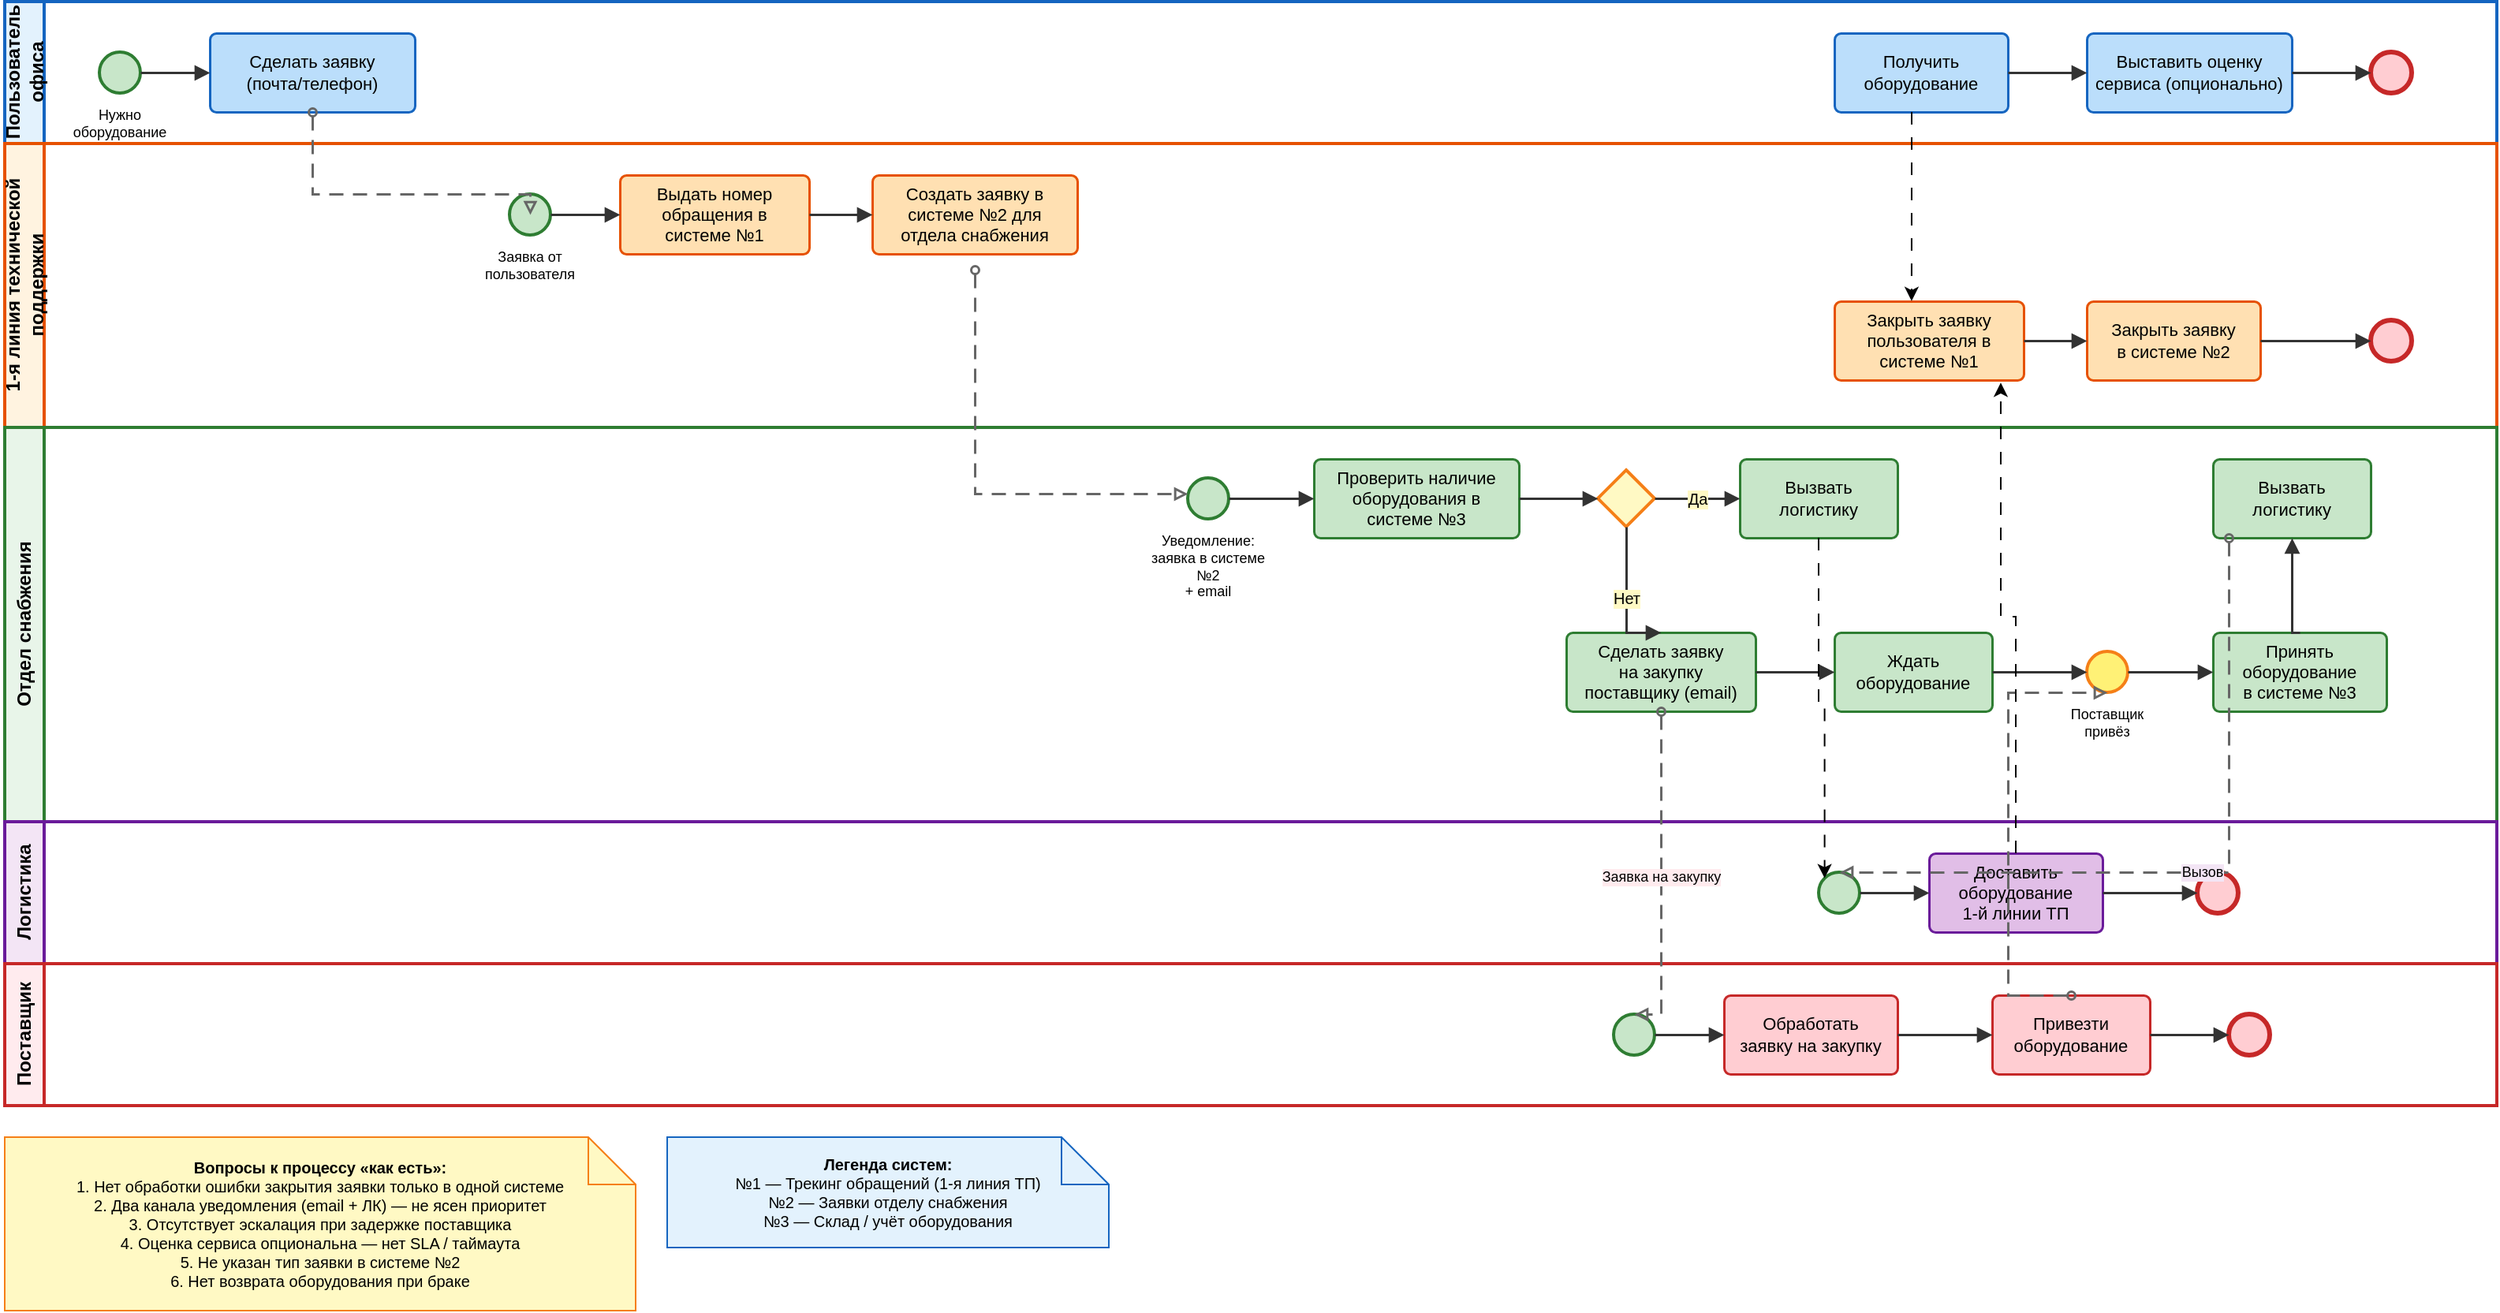
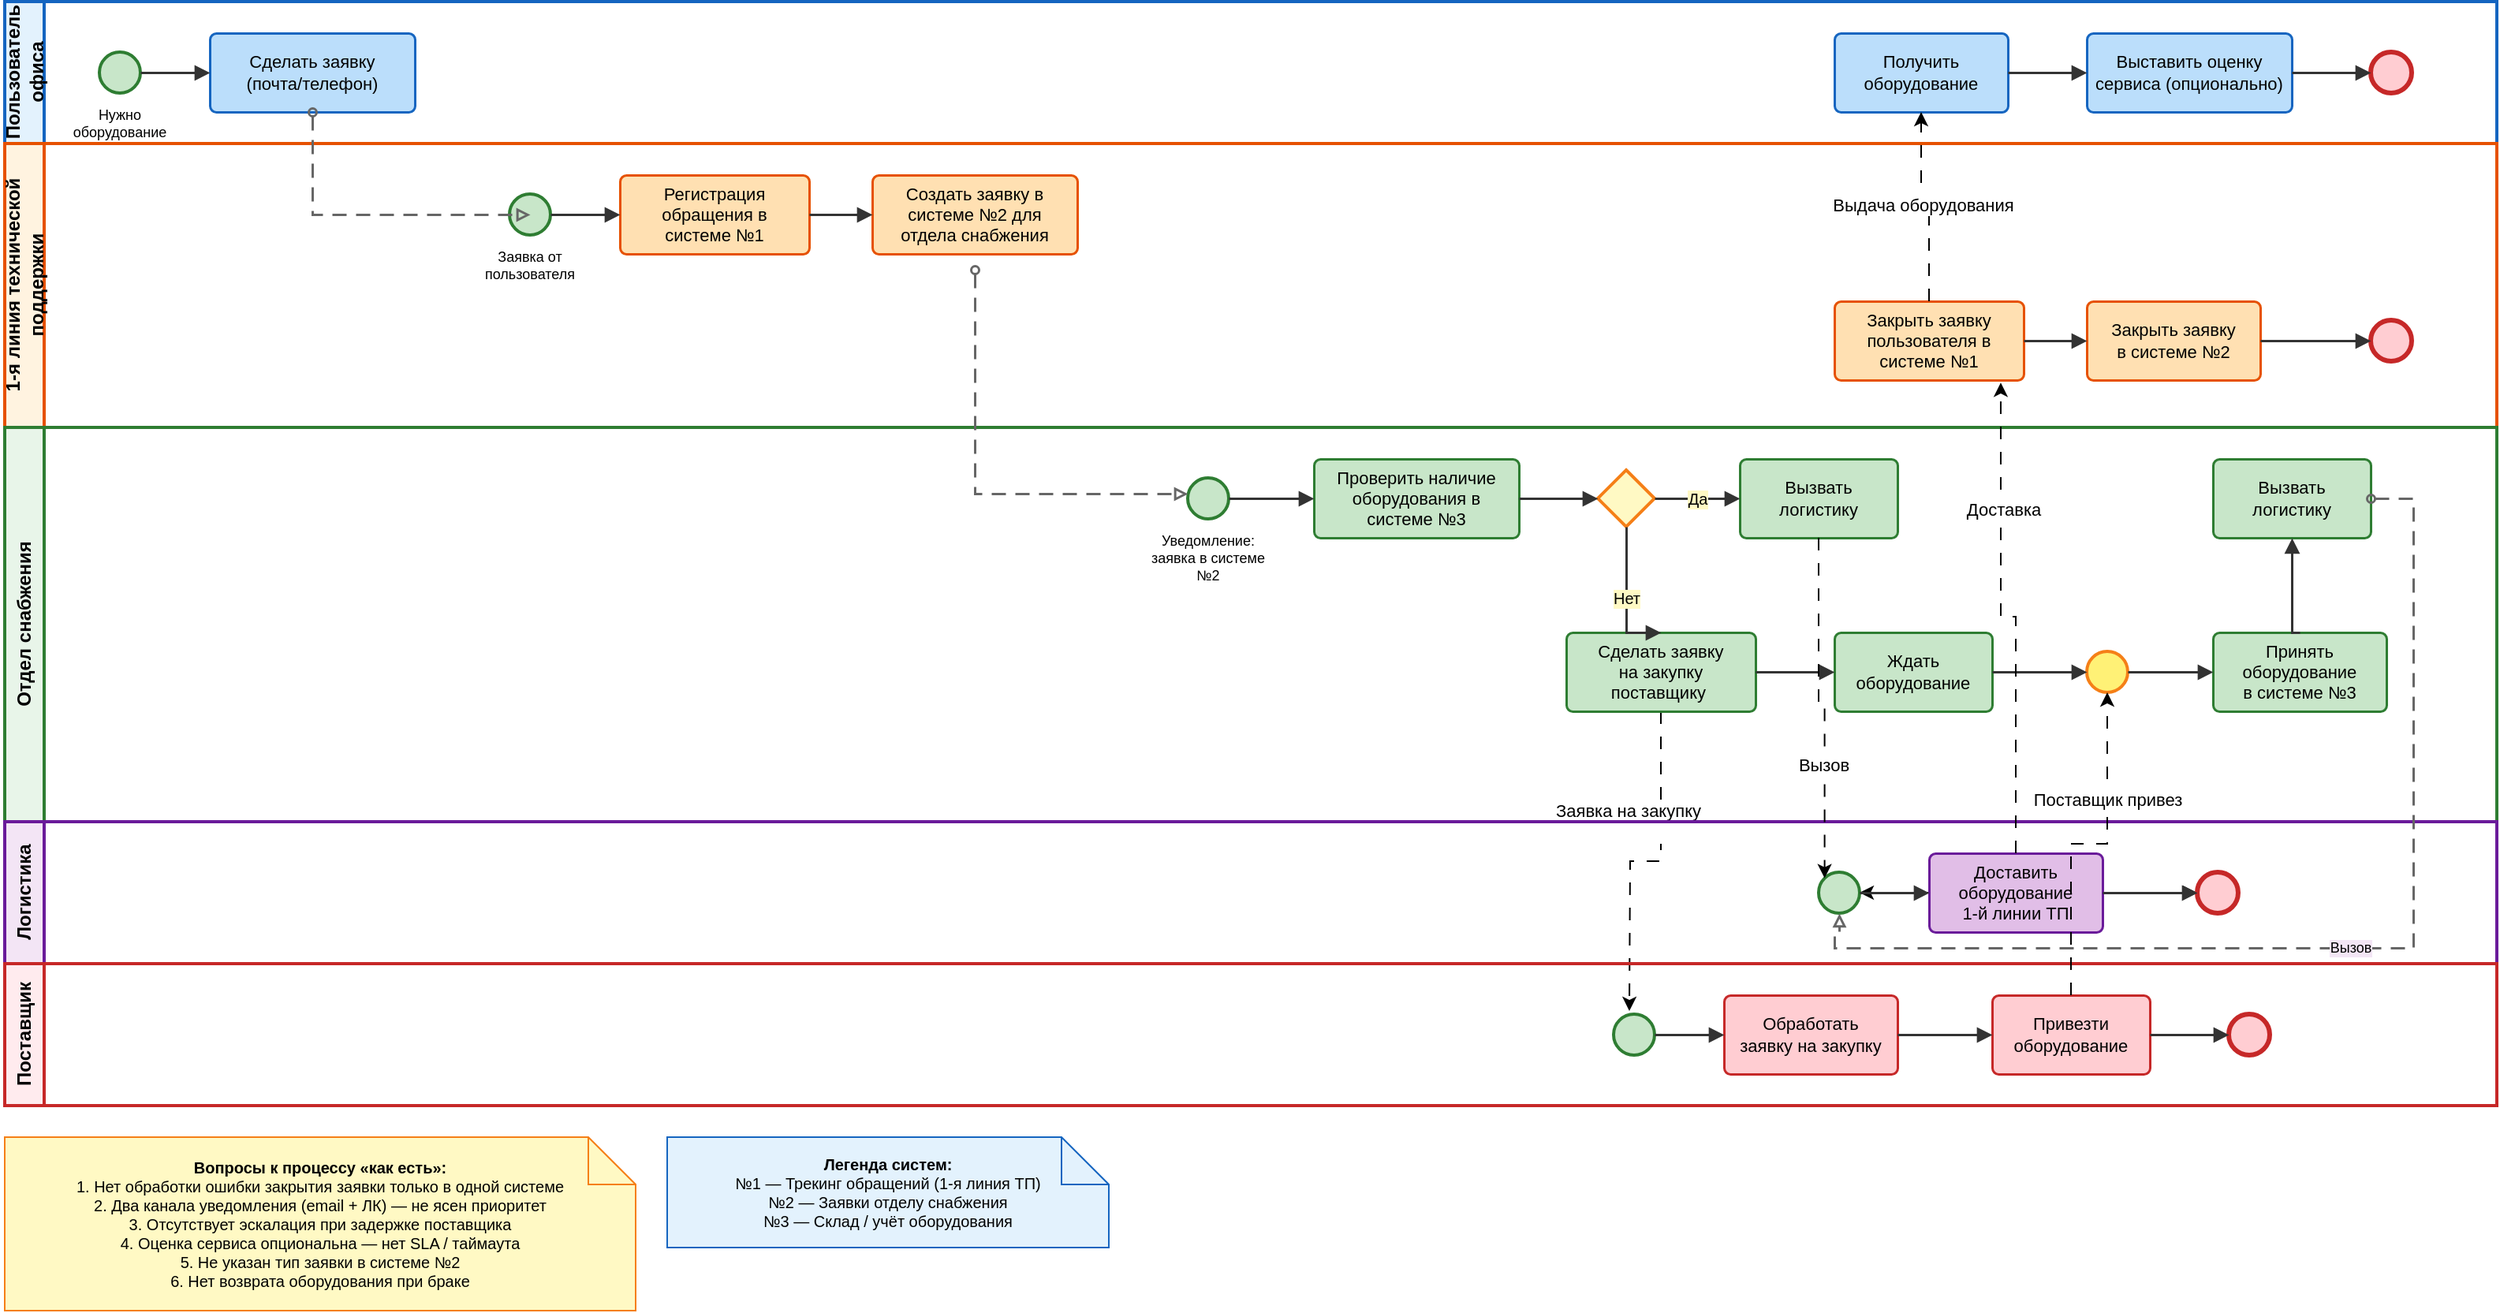
<mxfile host="app.diagrams.net" agent="Kimi">
  <diagram name="BPMN IT Equipment" id="it-equipment-bpmn">
    <mxGraphModel dx="2308" dy="875" grid="1" gridSize="10" guides="1" tooltips="1" connect="1" arrows="1" fold="1" page="1" pageScale="1" pageWidth="1700" pageHeight="1100" math="0" shadow="0">
      <root>
        <mxCell id="0" />
        <mxCell id="1" parent="0" />
        <mxCell id="pool-user" parent="1" style="swimlane;horizontal=0;startSize=25;swimlaneLine=1;collapsible=0;fontStyle=1;fillColor=#E3F2FD;strokeColor=#1565C0;strokeWidth=2;fontSize=12;whiteSpace=wrap;" value="Пользователь офиса" vertex="1">
          <mxGeometry height="90" width="1580" x="40" y="40" as="geometry" />
        </mxCell>
        <mxCell id="start-user" parent="pool-user" style="ellipse;whiteSpace=wrap;html=1;aspect=fixed;fillColor=#C8E6C9;strokeColor=#2E7D32;strokeWidth=2;" value="" vertex="1">
          <mxGeometry height="26" width="26" x="60" y="32" as="geometry" />
        </mxCell>
        <mxCell id="lbl-start-user" parent="pool-user" style="text;html=1;strokeColor=none;fillColor=none;align=center;verticalAlign=top;whiteSpace=wrap;rounded=0;fontSize=9;" value="Нужно&#xa;оборудование" vertex="1">
          <mxGeometry height="28" width="60" x="43" y="60" as="geometry" />
        </mxCell>
        <mxCell id="task-req" parent="pool-user" style="rounded=1;whiteSpace=wrap;html=1;arcSize=8;fillColor=#BBDEFB;strokeColor=#1565C0;strokeWidth=1.5;fontSize=11;" value="Сделать заявку&#xa;(почта/телефон)" vertex="1">
          <mxGeometry height="50" width="130" x="130" y="20" as="geometry" />
        </mxCell>
        <mxCell id="task-receive" parent="pool-user" style="rounded=1;whiteSpace=wrap;html=1;arcSize=8;fillColor=#BBDEFB;strokeColor=#1565C0;strokeWidth=1.5;fontSize=11;" value="Получить&#xa;оборудование" vertex="1">
          <mxGeometry height="50" width="110" x="1160" y="20" as="geometry" />
        </mxCell>
        <mxCell id="task-rate" parent="pool-user" style="rounded=1;whiteSpace=wrap;html=1;arcSize=8;fillColor=#BBDEFB;strokeColor=#1565C0;strokeWidth=1.5;fontSize=11;" value="Выставить оценку&#xa;сервиса (опционально)" vertex="1">
          <mxGeometry height="50" width="130" x="1320" y="20" as="geometry" />
        </mxCell>
        <mxCell id="end-user" parent="pool-user" style="ellipse;whiteSpace=wrap;html=1;aspect=fixed;fillColor=#FFCDD2;strokeColor=#C62828;strokeWidth=3;" value="" vertex="1">
          <mxGeometry height="26" width="26" x="1500" y="32" as="geometry" />
        </mxCell>
        <mxCell id="sf1" edge="1" parent="pool-user" source="start-user" style="edgeStyle=orthogonalEdgeStyle;rounded=0;orthogonalLoop=1;jettySize=auto;html=1;exitX=1;exitY=0.5;exitDx=0;exitDy=0;entryX=0;entryY=0.5;entryDx=0;entryDy=0;strokeColor=#333333;strokeWidth=1.5;endArrow=block;endFill=1;" target="task-req" value="">
          <mxGeometry relative="1" as="geometry" />
        </mxCell>
        <mxCell id="sf2" edge="1" parent="pool-user" source="task-receive" style="edgeStyle=orthogonalEdgeStyle;rounded=0;orthogonalLoop=1;jettySize=auto;html=1;exitX=1;exitY=0.5;exitDx=0;exitDy=0;entryX=0;entryY=0.5;entryDx=0;entryDy=0;strokeColor=#333333;strokeWidth=1.5;endArrow=block;endFill=1;" target="task-rate" value="">
          <mxGeometry relative="1" as="geometry" />
        </mxCell>
        <mxCell id="sf3" edge="1" parent="pool-user" source="task-rate" style="edgeStyle=orthogonalEdgeStyle;rounded=0;orthogonalLoop=1;jettySize=auto;html=1;exitX=1;exitY=0.5;exitDx=0;exitDy=0;entryX=0;entryY=0.5;entryDx=0;entryDy=0;strokeColor=#333333;strokeWidth=1.5;endArrow=block;endFill=1;" target="end-user" value="">
          <mxGeometry relative="1" as="geometry" />
        </mxCell>
        <mxCell id="pool-l1" parent="1" style="swimlane;horizontal=0;startSize=25;swimlaneLine=1;collapsible=0;fontStyle=1;fillColor=#FFF3E0;strokeColor=#E65100;strokeWidth=2;fontSize=12;whiteSpace=wrap;" value="1-я линия технической поддержки" vertex="1">
          <mxGeometry height="180" width="1580" x="40" y="130" as="geometry" />
        </mxCell>
        <mxCell id="start-l1" parent="pool-l1" style="ellipse;whiteSpace=wrap;html=1;aspect=fixed;fillColor=#C8E6C9;strokeColor=#2E7D32;strokeWidth=2;" value="" vertex="1">
          <mxGeometry height="26" width="26" x="320" y="32" as="geometry" />
        </mxCell>
        <mxCell id="lbl-start-l1" parent="pool-l1" style="text;html=1;strokeColor=none;fillColor=none;align=center;verticalAlign=top;whiteSpace=wrap;rounded=0;fontSize=9;" value="Заявка от&#xa;пользователя" vertex="1">
          <mxGeometry height="28" width="60" x="303" y="60" as="geometry" />
        </mxCell>
-         <mxCell id="task-ticket1" parent="pool-l1" style="rounded=1;whiteSpace=wrap;html=1;arcSize=8;fillColor=#FFE0B2;strokeColor=#E65100;strokeWidth=1.5;fontSize=11;" value="Выдать номер&#xa;обращения в&#xa;системе №1" vertex="1">
+         <mxCell id="task-ticket1" parent="pool-l1" style="rounded=1;whiteSpace=wrap;html=1;arcSize=8;fillColor=#FFE0B2;strokeColor=#E65100;strokeWidth=1.5;fontSize=11;" value="Регистрация&lt;br&gt;обращения в&lt;br&gt;системе №1" vertex="1">
          <mxGeometry height="50" width="120" x="390" y="20" as="geometry" />
        </mxCell>
        <mxCell id="task-create-req" parent="pool-l1" style="rounded=1;whiteSpace=wrap;html=1;arcSize=8;fillColor=#FFE0B2;strokeColor=#E65100;strokeWidth=1.5;fontSize=11;" value="Создать заявку в&#xa;системе №2 для&#xa;отдела снабжения" vertex="1">
          <mxGeometry height="50" width="130" x="550" y="20" as="geometry" />
        </mxCell>
        <mxCell id="task-close1" parent="pool-l1" style="rounded=1;whiteSpace=wrap;html=1;arcSize=8;fillColor=#FFE0B2;strokeColor=#E65100;strokeWidth=1.5;fontSize=11;" value="Закрыть заявку&#xa;пользователя в&#xa;системе №1" vertex="1">
          <mxGeometry height="50" width="120" x="1160" y="100" as="geometry" />
        </mxCell>
        <mxCell id="task-close2" parent="pool-l1" style="rounded=1;whiteSpace=wrap;html=1;arcSize=8;fillColor=#FFE0B2;strokeColor=#E65100;strokeWidth=1.5;fontSize=11;" value="Закрыть заявку&#xa;в системе №2" vertex="1">
          <mxGeometry height="50" width="110" x="1320" y="100" as="geometry" />
        </mxCell>
        <mxCell id="end-l1" parent="pool-l1" style="ellipse;whiteSpace=wrap;html=1;aspect=fixed;fillColor=#FFCDD2;strokeColor=#C62828;strokeWidth=3;" value="" vertex="1">
          <mxGeometry height="26" width="26" x="1500" y="112" as="geometry" />
        </mxCell>
        <mxCell id="sf4" edge="1" parent="pool-l1" source="start-l1" style="edgeStyle=orthogonalEdgeStyle;rounded=0;orthogonalLoop=1;jettySize=auto;html=1;exitX=1;exitY=0.5;exitDx=0;exitDy=0;entryX=0;entryY=0.5;entryDx=0;entryDy=0;strokeColor=#333333;strokeWidth=1.5;endArrow=block;endFill=1;" target="task-ticket1" value="">
          <mxGeometry relative="1" as="geometry" />
        </mxCell>
        <mxCell id="sf5" edge="1" parent="pool-l1" source="task-ticket1" style="edgeStyle=orthogonalEdgeStyle;rounded=0;orthogonalLoop=1;jettySize=auto;html=1;exitX=1;exitY=0.5;exitDx=0;exitDy=0;entryX=0;entryY=0.5;entryDx=0;entryDy=0;strokeColor=#333333;strokeWidth=1.5;endArrow=block;endFill=1;" target="task-create-req" value="">
          <mxGeometry relative="1" as="geometry" />
        </mxCell>
        <mxCell id="sf6" edge="1" parent="pool-l1" source="task-close1" style="edgeStyle=orthogonalEdgeStyle;rounded=0;orthogonalLoop=1;jettySize=auto;html=1;exitX=1;exitY=0.5;exitDx=0;exitDy=0;entryX=0;entryY=0.5;entryDx=0;entryDy=0;strokeColor=#333333;strokeWidth=1.5;endArrow=block;endFill=1;" target="task-close2" value="">
          <mxGeometry relative="1" as="geometry" />
        </mxCell>
        <mxCell id="sf7" edge="1" parent="pool-l1" source="task-close2" style="edgeStyle=orthogonalEdgeStyle;rounded=0;orthogonalLoop=1;jettySize=auto;html=1;exitX=1;exitY=0.5;exitDx=0;exitDy=0;entryX=0;entryY=0.5;entryDx=0;entryDy=0;strokeColor=#333333;strokeWidth=1.5;endArrow=block;endFill=1;" target="end-l1" value="">
          <mxGeometry relative="1" as="geometry" />
        </mxCell>
        <mxCell id="pool-supply" parent="1" style="swimlane;horizontal=0;startSize=25;swimlaneLine=1;collapsible=0;fontStyle=1;fillColor=#E8F5E9;strokeColor=#2E7D32;strokeWidth=2;fontSize=12;whiteSpace=wrap;" value="Отдел снабжения" vertex="1">
          <mxGeometry height="250" width="1580" x="40" y="310" as="geometry" />
        </mxCell>
        <mxCell id="start-supply" parent="pool-supply" style="ellipse;whiteSpace=wrap;html=1;aspect=fixed;fillColor=#C8E6C9;strokeColor=#2E7D32;strokeWidth=2;" value="" vertex="1">
          <mxGeometry height="26" width="26" x="750" y="32" as="geometry" />
        </mxCell>
-         <mxCell id="lbl-start-supply" parent="pool-supply" style="text;html=1;strokeColor=none;fillColor=none;align=center;verticalAlign=top;whiteSpace=wrap;rounded=0;fontSize=9;" value="Уведомление:&#xa;заявка в системе №2&#xa;+ email" vertex="1">
+         <mxCell id="lbl-start-supply" parent="pool-supply" style="text;html=1;strokeColor=none;fillColor=none;align=center;verticalAlign=top;whiteSpace=wrap;rounded=0;fontSize=9;" value="Уведомление:&lt;br&gt;заявка в системе №2&lt;div&gt;&lt;br/&gt;&lt;/div&gt;" vertex="1">
          <mxGeometry height="36" width="86" x="720" y="60" as="geometry" />
        </mxCell>
        <mxCell id="task-check" parent="pool-supply" style="rounded=1;whiteSpace=wrap;html=1;arcSize=8;fillColor=#C8E6C9;strokeColor=#2E7D32;strokeWidth=1.5;fontSize=11;" value="Проверить наличие&#xa;оборудования в&#xa;системе №3" vertex="1">
          <mxGeometry height="50" width="130" x="830" y="20" as="geometry" />
        </mxCell>
        <mxCell id="gateway-check" parent="pool-supply" style="rhombus;whiteSpace=wrap;html=1;fillColor=#FFF9C4;strokeColor=#F57F17;strokeWidth=2;" value="" vertex="1">
          <mxGeometry height="36" width="36" x="1010" y="27" as="geometry" />
        </mxCell>
        <mxCell id="task-call-log-yes" parent="pool-supply" style="rounded=1;whiteSpace=wrap;html=1;arcSize=8;fillColor=#C8E6C9;strokeColor=#2E7D32;strokeWidth=1.5;fontSize=11;" value="Вызвать&#xa;логистику" vertex="1">
          <mxGeometry height="50" width="100" x="1100" y="20" as="geometry" />
        </mxCell>
-         <mxCell id="task-order" parent="pool-supply" style="rounded=1;whiteSpace=wrap;html=1;arcSize=8;fillColor=#C8E6C9;strokeColor=#2E7D32;strokeWidth=1.5;fontSize=11;" value="Сделать заявку&#xa;на закупку&#xa;поставщику (email)" vertex="1">
+         <mxCell id="XbenKFMrG471u0wiNJ-_-17" edge="1" parent="pool-supply" source="task-order" style="edgeStyle=orthogonalEdgeStyle;rounded=0;orthogonalLoop=1;jettySize=auto;html=1;dashed=1;dashPattern=8 8;">
+           <mxGeometry relative="1" as="geometry">
+             <mxPoint x="1030.0000000000005" y="370" as="targetPoint" />
+           </mxGeometry>
+         </mxCell>
+         <mxCell id="XbenKFMrG471u0wiNJ-_-18" connectable="0" parent="XbenKFMrG471u0wiNJ-_-17" style="edgeLabel;html=1;align=center;verticalAlign=middle;resizable=0;points=[];" value="Заявка на закупку&lt;div&gt;&lt;br&gt;&lt;/div&gt;" vertex="1">
+           <mxGeometry relative="1" x="-0.0059" y="-4" as="geometry">
+             <mxPoint x="-12" y="-21" as="offset" />
+           </mxGeometry>
+         </mxCell>
+         <mxCell id="task-order" parent="pool-supply" style="rounded=1;whiteSpace=wrap;html=1;arcSize=8;fillColor=#C8E6C9;strokeColor=#2E7D32;strokeWidth=1.5;fontSize=11;" value="Сделать заявку&lt;br&gt;на закупку&lt;br&gt;поставщику&amp;nbsp;" vertex="1">
          <mxGeometry height="50" width="120" x="990" y="130" as="geometry" />
        </mxCell>
        <mxCell id="task-wait" parent="pool-supply" style="rounded=1;whiteSpace=wrap;html=1;arcSize=8;fillColor=#C8E6C9;strokeColor=#2E7D32;strokeWidth=1.5;fontSize=11;" value="Ждать&#xa;оборудование" vertex="1">
          <mxGeometry height="50" width="100" x="1160" y="130" as="geometry" />
        </mxCell>
        <mxCell id="event-receive" parent="pool-supply" style="ellipse;whiteSpace=wrap;html=1;aspect=fixed;fillColor=#FFF176;strokeColor=#F57F17;strokeWidth=2;" value="" vertex="1">
          <mxGeometry height="26" width="26" x="1320" y="142" as="geometry" />
        </mxCell>
-         <mxCell id="lbl-receive" parent="pool-supply" style="text;html=1;strokeColor=none;fillColor=none;align=center;verticalAlign=top;whiteSpace=wrap;rounded=0;fontSize=9;" value="Поставщик&#xa;привёз" vertex="1">
-           <mxGeometry height="24" width="60" x="1303" y="170" as="geometry" />
-         </mxCell>
        <mxCell id="task-accept" parent="pool-supply" style="rounded=1;whiteSpace=wrap;html=1;arcSize=8;fillColor=#C8E6C9;strokeColor=#2E7D32;strokeWidth=1.5;fontSize=11;" value="Принять&#xa;оборудование&#xa;в системе №3" vertex="1">
          <mxGeometry height="50" width="110" x="1400" y="130" as="geometry" />
        </mxCell>
        <mxCell id="task-call-log-no" parent="pool-supply" style="rounded=1;whiteSpace=wrap;html=1;arcSize=8;fillColor=#C8E6C9;strokeColor=#2E7D32;strokeWidth=1.5;fontSize=11;" value="Вызвать&#xa;логистику" vertex="1">
          <mxGeometry height="50" width="100" x="1400" y="20" as="geometry" />
        </mxCell>
        <mxCell id="sf8" edge="1" parent="pool-supply" source="start-supply" style="edgeStyle=orthogonalEdgeStyle;rounded=0;orthogonalLoop=1;jettySize=auto;html=1;exitX=1;exitY=0.5;exitDx=0;exitDy=0;entryX=0;entryY=0.5;entryDx=0;entryDy=0;strokeColor=#333333;strokeWidth=1.5;endArrow=block;endFill=1;" target="task-check" value="">
          <mxGeometry relative="1" as="geometry" />
        </mxCell>
        <mxCell id="sf9" edge="1" parent="pool-supply" source="task-check" style="edgeStyle=orthogonalEdgeStyle;rounded=0;orthogonalLoop=1;jettySize=auto;html=1;exitX=1;exitY=0.5;exitDx=0;exitDy=0;entryX=0;entryY=0.5;entryDx=0;entryDy=0;strokeColor=#333333;strokeWidth=1.5;endArrow=block;endFill=1;" target="gateway-check" value="">
          <mxGeometry relative="1" as="geometry" />
        </mxCell>
        <mxCell id="sf10" edge="1" parent="pool-supply" source="gateway-check" style="edgeStyle=orthogonalEdgeStyle;rounded=0;orthogonalLoop=1;jettySize=auto;html=1;exitX=1;exitY=0.5;exitDx=0;exitDy=0;entryX=0;entryY=0.5;entryDx=0;entryDy=0;strokeColor=#333333;strokeWidth=1.5;endArrow=block;endFill=1;labelBackgroundColor=#FFF9C4;fontSize=10;" target="task-call-log-yes" value="Да">
          <mxGeometry relative="1" as="geometry" />
        </mxCell>
        <mxCell id="sf11" edge="1" parent="pool-supply" source="gateway-check" style="edgeStyle=orthogonalEdgeStyle;rounded=0;orthogonalLoop=1;jettySize=auto;html=1;exitX=0.5;exitY=1;exitDx=0;exitDy=0;entryX=0.5;entryY=0;entryDx=0;entryDy=0;strokeColor=#333333;strokeWidth=1.5;endArrow=block;endFill=1;labelBackgroundColor=#FFF9C4;fontSize=10;" target="task-order" value="Нет">
          <mxGeometry relative="1" as="geometry">
            <Array as="points">
              <mxPoint x="1028" y="130" />
            </Array>
          </mxGeometry>
        </mxCell>
        <mxCell id="sf12" edge="1" parent="pool-supply" source="task-order" style="edgeStyle=orthogonalEdgeStyle;rounded=0;orthogonalLoop=1;jettySize=auto;html=1;exitX=1;exitY=0.5;exitDx=0;exitDy=0;entryX=0;entryY=0.5;entryDx=0;entryDy=0;strokeColor=#333333;strokeWidth=1.5;endArrow=block;endFill=1;" target="task-wait" value="">
          <mxGeometry relative="1" as="geometry" />
        </mxCell>
        <mxCell id="sf13" edge="1" parent="pool-supply" source="task-wait" style="edgeStyle=orthogonalEdgeStyle;rounded=0;orthogonalLoop=1;jettySize=auto;html=1;exitX=1;exitY=0.5;exitDx=0;exitDy=0;entryX=0;entryY=0.5;entryDx=0;entryDy=0;strokeColor=#333333;strokeWidth=1.5;endArrow=block;endFill=1;" target="event-receive" value="">
          <mxGeometry relative="1" as="geometry" />
        </mxCell>
        <mxCell id="sf14" edge="1" parent="pool-supply" source="event-receive" style="edgeStyle=orthogonalEdgeStyle;rounded=0;orthogonalLoop=1;jettySize=auto;html=1;exitX=1;exitY=0.5;exitDx=0;exitDy=0;entryX=0;entryY=0.5;entryDx=0;entryDy=0;strokeColor=#333333;strokeWidth=1.5;endArrow=block;endFill=1;" target="task-accept" value="">
          <mxGeometry relative="1" as="geometry" />
        </mxCell>
        <mxCell id="sf15" edge="1" parent="pool-supply" source="task-accept" style="edgeStyle=orthogonalEdgeStyle;rounded=0;orthogonalLoop=1;jettySize=auto;html=1;exitX=0.5;exitY=0;exitDx=0;exitDy=0;entryX=0.5;entryY=1;entryDx=0;entryDy=0;strokeColor=#333333;strokeWidth=1.5;endArrow=block;endFill=1;" target="task-call-log-no" value="">
          <mxGeometry relative="1" as="geometry">
            <Array as="points">
              <mxPoint x="1450" y="130" />
            </Array>
          </mxGeometry>
        </mxCell>
        <mxCell id="mf2" edge="1" parent="pool-supply" style="edgeStyle=orthogonalEdgeStyle;rounded=0;orthogonalLoop=1;jettySize=auto;html=1;exitX=0.5;exitY=1;exitDx=0;exitDy=0;strokeColor=#666666;strokeWidth=1.5;dashed=1;dashPattern=6 4;startArrow=oval;startFill=0;startSize=5;endArrow=block;endFill=0;endSize=5;" value="">
          <mxGeometry relative="1" as="geometry">
            <Array as="points">
              <mxPoint x="615" y="42" />
            </Array>
            <mxPoint x="615" y="-100" as="sourcePoint" />
            <mxPoint x="750" y="42" as="targetPoint" />
          </mxGeometry>
        </mxCell>
        <mxCell id="pool-log" parent="1" style="swimlane;horizontal=0;startSize=25;swimlaneLine=1;collapsible=0;fontStyle=1;fillColor=#F3E5F5;strokeColor=#6A1B9A;strokeWidth=2;fontSize=12;whiteSpace=wrap;" value="Логистика" vertex="1">
          <mxGeometry height="90" width="1580" x="40" y="560" as="geometry" />
        </mxCell>
        <mxCell id="start-log" parent="pool-log" style="ellipse;whiteSpace=wrap;html=1;aspect=fixed;fillColor=#C8E6C9;strokeColor=#2E7D32;strokeWidth=2;" value="" vertex="1">
          <mxGeometry height="26" width="26" x="1150" y="32" as="geometry" />
        </mxCell>
+         <mxCell id="XbenKFMrG471u0wiNJ-_-22" edge="1" parent="pool-log" source="task-deliver" style="edgeStyle=orthogonalEdgeStyle;rounded=0;orthogonalLoop=1;jettySize=auto;html=1;" target="start-log" value="">
+           <mxGeometry relative="1" as="geometry" />
+         </mxCell>
+         <mxCell id="XbenKFMrG471u0wiNJ-_-23" edge="1" parent="pool-log" source="task-deliver" style="edgeStyle=orthogonalEdgeStyle;rounded=0;orthogonalLoop=1;jettySize=auto;html=1;" target="end-log" value="">
+           <mxGeometry relative="1" as="geometry" />
+         </mxCell>
        <mxCell id="task-deliver" parent="pool-log" style="rounded=1;whiteSpace=wrap;html=1;arcSize=8;fillColor=#E1BEE7;strokeColor=#6A1B9A;strokeWidth=1.5;fontSize=11;" value="Доставить&#xa;оборудование&#xa;1-й линии ТП" vertex="1">
          <mxGeometry height="50" width="110" x="1220" y="20" as="geometry" />
        </mxCell>
        <mxCell id="end-log" parent="pool-log" style="ellipse;whiteSpace=wrap;html=1;aspect=fixed;fillColor=#FFCDD2;strokeColor=#C62828;strokeWidth=3;" value="" vertex="1">
          <mxGeometry height="26" width="26" x="1390" y="32" as="geometry" />
        </mxCell>
        <mxCell id="sf16" edge="1" parent="pool-log" source="start-log" style="edgeStyle=orthogonalEdgeStyle;rounded=0;orthogonalLoop=1;jettySize=auto;html=1;exitX=1;exitY=0.5;exitDx=0;exitDy=0;entryX=0;entryY=0.5;entryDx=0;entryDy=0;strokeColor=#333333;strokeWidth=1.5;endArrow=block;endFill=1;" target="task-deliver" value="">
          <mxGeometry relative="1" as="geometry" />
        </mxCell>
        <mxCell id="sf17" edge="1" parent="pool-log" source="task-deliver" style="edgeStyle=orthogonalEdgeStyle;rounded=0;orthogonalLoop=1;jettySize=auto;html=1;exitX=1;exitY=0.5;exitDx=0;exitDy=0;entryX=0;entryY=0.5;entryDx=0;entryDy=0;strokeColor=#333333;strokeWidth=1.5;endArrow=block;endFill=1;" target="end-log" value="">
          <mxGeometry relative="1" as="geometry" />
        </mxCell>
        <mxCell id="pool-vendor" parent="1" style="swimlane;horizontal=0;startSize=25;swimlaneLine=1;collapsible=0;fontStyle=1;fillColor=#FFEBEE;strokeColor=#C62828;strokeWidth=2;fontSize=12;whiteSpace=wrap;" value="Поставщик" vertex="1">
          <mxGeometry height="90" width="1580" x="40" y="650" as="geometry" />
        </mxCell>
        <mxCell id="start-vendor" parent="pool-vendor" style="ellipse;whiteSpace=wrap;html=1;aspect=fixed;fillColor=#C8E6C9;strokeColor=#2E7D32;strokeWidth=2;" value="" vertex="1">
          <mxGeometry height="26" width="26" x="1020" y="32" as="geometry" />
        </mxCell>
        <mxCell id="task-process" parent="pool-vendor" style="rounded=1;whiteSpace=wrap;html=1;arcSize=8;fillColor=#FFCDD2;strokeColor=#C62828;strokeWidth=1.5;fontSize=11;" value="Обработать&#xa;заявку на закупку" vertex="1">
          <mxGeometry height="50" width="110" x="1090" y="20" as="geometry" />
        </mxCell>
        <mxCell id="task-ship" parent="pool-vendor" style="rounded=1;whiteSpace=wrap;html=1;arcSize=8;fillColor=#FFCDD2;strokeColor=#C62828;strokeWidth=1.5;fontSize=11;" value="Привезти&#xa;оборудование" vertex="1">
          <mxGeometry height="50" width="100" x="1260" y="20" as="geometry" />
        </mxCell>
        <mxCell id="end-vendor" parent="pool-vendor" style="ellipse;whiteSpace=wrap;html=1;aspect=fixed;fillColor=#FFCDD2;strokeColor=#C62828;strokeWidth=3;" value="" vertex="1">
          <mxGeometry height="26" width="26" x="1410" y="32" as="geometry" />
        </mxCell>
        <mxCell id="sf18" edge="1" parent="pool-vendor" source="start-vendor" style="edgeStyle=orthogonalEdgeStyle;rounded=0;orthogonalLoop=1;jettySize=auto;html=1;exitX=1;exitY=0.5;exitDx=0;exitDy=0;entryX=0;entryY=0.5;entryDx=0;entryDy=0;strokeColor=#333333;strokeWidth=1.5;endArrow=block;endFill=1;" target="task-process" value="">
          <mxGeometry relative="1" as="geometry" />
        </mxCell>
        <mxCell id="sf19" edge="1" parent="pool-vendor" source="task-process" style="edgeStyle=orthogonalEdgeStyle;rounded=0;orthogonalLoop=1;jettySize=auto;html=1;exitX=1;exitY=0.5;exitDx=0;exitDy=0;entryX=0;entryY=0.5;entryDx=0;entryDy=0;strokeColor=#333333;strokeWidth=1.5;endArrow=block;endFill=1;" target="task-ship" value="">
          <mxGeometry relative="1" as="geometry" />
        </mxCell>
        <mxCell id="sf20" edge="1" parent="pool-vendor" source="task-ship" style="edgeStyle=orthogonalEdgeStyle;rounded=0;orthogonalLoop=1;jettySize=auto;html=1;exitX=1;exitY=0.5;exitDx=0;exitDy=0;entryX=0;entryY=0.5;entryDx=0;entryDy=0;strokeColor=#333333;strokeWidth=1.5;endArrow=block;endFill=1;" target="end-vendor" value="">
          <mxGeometry relative="1" as="geometry" />
        </mxCell>
        <mxCell id="mf1" edge="1" parent="1" source="task-req" style="edgeStyle=orthogonalEdgeStyle;rounded=0;orthogonalLoop=1;jettySize=auto;html=1;exitX=0.5;exitY=1;exitDx=0;exitDy=0;strokeColor=#666666;strokeWidth=1.5;dashed=1;dashPattern=6 4;startArrow=oval;startFill=0;startSize=5;endArrow=block;endFill=0;endSize=5;" value="">
          <mxGeometry relative="1" as="geometry">
            <Array as="points">
-               <mxPoint x="235" y="162" />
+               <mxPoint x="235" y="175" />
            </Array>
            <mxPoint x="373" y="175" as="targetPoint" />
-           </mxGeometry>
-         </mxCell>
-         <mxCell id="mf4" edge="1" parent="1" style="edgeStyle=orthogonalEdgeStyle;rounded=0;orthogonalLoop=1;jettySize=auto;html=1;entryX=0.5;entryY=0;entryDx=0;entryDy=0;strokeColor=#666666;strokeWidth=1.5;dashed=1;dashPattern=6 4;startArrow=oval;startFill=0;startSize=5;endArrow=block;endFill=0;endSize=5;fontSize=9;labelBackgroundColor=#F3E5F5;" target="start-log" value="Вызов">
-           <mxGeometry relative="1" as="geometry">
-             <Array as="points">
-               <mxPoint x="1450" y="380" />
-               <mxPoint x="1450" y="592" />
-             </Array>
-             <mxPoint x="1450" y="380" as="sourcePoint" />
-           </mxGeometry>
-         </mxCell>
-         <mxCell id="mf5" edge="1" parent="1" source="task-order" style="edgeStyle=orthogonalEdgeStyle;rounded=0;orthogonalLoop=1;jettySize=auto;html=1;exitX=0.5;exitY=1;exitDx=0;exitDy=0;entryX=0.5;entryY=0;entryDx=0;entryDy=0;strokeColor=#666666;strokeWidth=1.5;dashed=1;dashPattern=6 4;startArrow=oval;startFill=0;startSize=5;endArrow=block;endFill=0;endSize=5;fontSize=9;labelBackgroundColor=#FFEBEE;" target="start-vendor" value="Заявка на закупку">
-           <mxGeometry relative="1" as="geometry">
-             <Array as="points">
-               <mxPoint x="1090" y="682" />
-             </Array>
-           </mxGeometry>
-         </mxCell>
-         <mxCell id="mf6" edge="1" parent="1" source="task-ship" style="edgeStyle=orthogonalEdgeStyle;rounded=0;orthogonalLoop=1;jettySize=auto;html=1;exitX=0.5;exitY=0;exitDx=0;exitDy=0;entryX=0.5;entryY=1;entryDx=0;entryDy=0;strokeColor=#666666;strokeWidth=1.5;dashed=1;dashPattern=6 4;startArrow=oval;startFill=0;startSize=5;endArrow=block;endFill=0;endSize=5;" target="event-receive" value="">
-           <mxGeometry relative="1" as="geometry">
-             <Array as="points">
-               <mxPoint x="1310" y="670" />
-               <mxPoint x="1310" y="478" />
-             </Array>
          </mxGeometry>
        </mxCell>
        <mxCell id="note1" parent="1" style="shape=note;whiteSpace=wrap;html=1;backgroundOutline=1;fillColor=#FFF9C4;strokeColor=#F57F17;fontSize=10;" value="&lt;b&gt;Вопросы к процессу «как есть»:&lt;/b&gt;&lt;br&gt;1. Нет обработки ошибки закрытия заявки только в одной системе&lt;br&gt;2. Два канала уведомления (email + ЛК) — не ясен приоритет&lt;br&gt;3. Отсутствует эскалация при задержке поставщика&lt;br&gt;4. Оценка сервиса опциональна — нет SLA / таймаута&lt;br&gt;5. Не указан тип заявки в системе №2&lt;br&gt;6. Нет возврата оборудования при браке" vertex="1">
          <mxGeometry height="110" width="400" x="40" y="760" as="geometry" />
        </mxCell>
        <mxCell id="note2" parent="1" style="shape=note;whiteSpace=wrap;html=1;backgroundOutline=1;fillColor=#E3F2FD;strokeColor=#1565C0;fontSize=10;" value="&lt;b&gt;Легенда систем:&lt;/b&gt;&lt;br&gt;№1 — Трекинг обращений (1-я линия ТП)&lt;br&gt;№2 — Заявки отделу снабжения&lt;br&gt;№3 — Склад / учёт оборудования" vertex="1">
          <mxGeometry height="70" width="280" x="460" y="760" as="geometry" />
        </mxCell>
-         <mxCell id="XbenKFMrG471u0wiNJ-_-3" edge="1" parent="1" source="task-receive" style="edgeStyle=orthogonalEdgeStyle;rounded=0;orthogonalLoop=1;jettySize=auto;html=1;entryX=0.408;entryY=-0.002;entryDx=0;entryDy=0;entryPerimeter=0;dashed=1;dashPattern=8 8;" target="task-close1">
-           <mxGeometry relative="1" as="geometry">
-             <Array as="points">
-               <mxPoint x="1249" y="140" />
-               <mxPoint x="1249" y="140" />
-             </Array>
-           </mxGeometry>
-         </mxCell>
        <mxCell id="XbenKFMrG471u0wiNJ-_-9" edge="1" parent="1" source="task-call-log-yes" style="edgeStyle=orthogonalEdgeStyle;rounded=0;orthogonalLoop=1;jettySize=auto;html=1;exitX=0.5;exitY=1;exitDx=0;exitDy=0;entryX=0;entryY=0;entryDx=0;entryDy=0;dashed=1;dashPattern=8 8;" target="start-log">
          <mxGeometry relative="1" as="geometry" />
+         </mxCell>
+         <mxCell id="XbenKFMrG471u0wiNJ-_-14" connectable="0" parent="XbenKFMrG471u0wiNJ-_-9" style="edgeLabel;html=1;align=center;verticalAlign=middle;resizable=0;points=[];" value="Вызов" vertex="1">
+           <mxGeometry relative="1" x="0.3441" y="-1" as="geometry">
+             <mxPoint as="offset" />
+           </mxGeometry>
        </mxCell>
        <mxCell id="XbenKFMrG471u0wiNJ-_-11" edge="1" parent="1" source="task-deliver" style="edgeStyle=orthogonalEdgeStyle;rounded=0;orthogonalLoop=1;jettySize=auto;html=1;entryX=0.879;entryY=1.032;entryDx=0;entryDy=0;entryPerimeter=0;dashed=1;dashPattern=8 8;" target="task-close1">
          <mxGeometry relative="1" as="geometry">
            <Array as="points">
              <mxPoint x="1315" y="430" />
              <mxPoint x="1306" y="430" />
            </Array>
+           </mxGeometry>
+         </mxCell>
+         <mxCell id="XbenKFMrG471u0wiNJ-_-12" connectable="0" parent="XbenKFMrG471u0wiNJ-_-11" style="edgeLabel;html=1;align=center;verticalAlign=middle;resizable=0;points=[];" value="Text" vertex="1">
+           <mxGeometry relative="1" x="0.4763" y="2" as="geometry">
+             <mxPoint as="offset" />
+           </mxGeometry>
+         </mxCell>
+         <mxCell id="XbenKFMrG471u0wiNJ-_-13" connectable="0" parent="XbenKFMrG471u0wiNJ-_-11" style="edgeLabel;html=1;align=center;verticalAlign=middle;resizable=0;points=[];" value="Доставка" vertex="1">
+           <mxGeometry relative="1" x="0.4763" y="-1" as="geometry">
+             <mxPoint as="offset" />
+           </mxGeometry>
+         </mxCell>
+         <mxCell id="XbenKFMrG471u0wiNJ-_-15" edge="1" parent="1" source="task-close1" style="edgeStyle=orthogonalEdgeStyle;rounded=0;orthogonalLoop=1;jettySize=auto;html=1;entryX=0.5;entryY=1;entryDx=0;entryDy=0;dashed=1;dashPattern=8 8;" target="task-receive">
+           <mxGeometry relative="1" as="geometry" />
+         </mxCell>
+         <mxCell id="XbenKFMrG471u0wiNJ-_-16" connectable="0" parent="XbenKFMrG471u0wiNJ-_-15" style="edgeLabel;html=1;align=center;verticalAlign=middle;resizable=0;points=[];" value="Выдача оборудования" vertex="1">
+           <mxGeometry relative="1" x="0.0653" y="-1" as="geometry">
+             <mxPoint as="offset" />
+           </mxGeometry>
+         </mxCell>
+         <mxCell id="XbenKFMrG471u0wiNJ-_-20" edge="1" parent="1" source="task-ship" style="edgeStyle=orthogonalEdgeStyle;rounded=0;orthogonalLoop=1;jettySize=auto;html=1;entryX=0.5;entryY=1;entryDx=0;entryDy=0;dashed=1;dashPattern=8 8;" target="event-receive">
+           <mxGeometry relative="1" as="geometry">
+             <mxPoint x="1373" y="504" as="targetPoint" />
+           </mxGeometry>
+         </mxCell>
+         <mxCell id="XbenKFMrG471u0wiNJ-_-21" connectable="0" parent="XbenKFMrG471u0wiNJ-_-20" style="edgeLabel;html=1;align=center;verticalAlign=middle;resizable=0;points=[];" value="Поставщик привез" vertex="1">
+           <mxGeometry relative="1" x="0.3741" as="geometry">
+             <mxPoint as="offset" />
+           </mxGeometry>
+         </mxCell>
+         <mxCell id="mf4" edge="1" parent="1" source="task-call-log-no" style="edgeStyle=orthogonalEdgeStyle;rounded=0;orthogonalLoop=1;jettySize=auto;html=1;strokeColor=#666666;strokeWidth=1.5;dashed=1;dashPattern=6 4;startArrow=oval;startFill=0;startSize=5;endArrow=block;endFill=0;endSize=5;fontSize=9;labelBackgroundColor=#F3E5F5;exitX=1;exitY=0.5;exitDx=0;exitDy=0;entryX=0.5;entryY=1;entryDx=0;entryDy=0;" target="start-log" value="Вызов">
+           <mxGeometry relative="1" as="geometry">
+             <Array as="points">
+               <mxPoint x="1567" y="355" />
+               <mxPoint x="1567" y="640" />
+               <mxPoint x="1200" y="640" />
+               <mxPoint x="1200" y="630" />
+               <mxPoint x="1203" y="630" />
+             </Array>
+             <mxPoint x="1567" y="390" as="sourcePoint" />
+             <mxPoint x="1320" y="630" as="targetPoint" />
          </mxGeometry>
        </mxCell>
      </root>
    </mxGraphModel>
  </diagram>
</mxfile>
